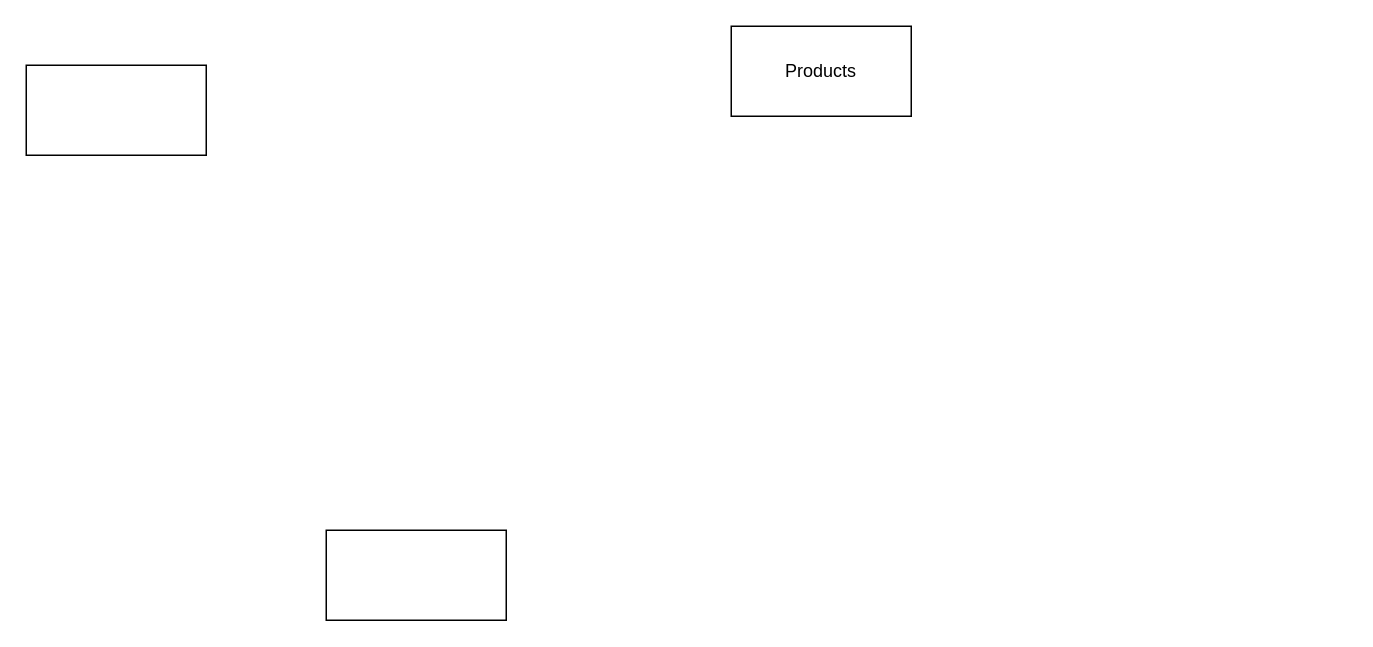
Before: Biểu đồ không có tiêu đề.drawio in ngokhoghat/do-an-tot-nghiep-HOU, a draw.io diagram. Source tidied: cells renumbered, new cells numbered last; positions are measured from the earlier drawing's top-left corner, leaving out a move shared by most shapes. Both pictures are drawn from the tidied source at 150%, with x=0, y=0 at pixel (26, 26).
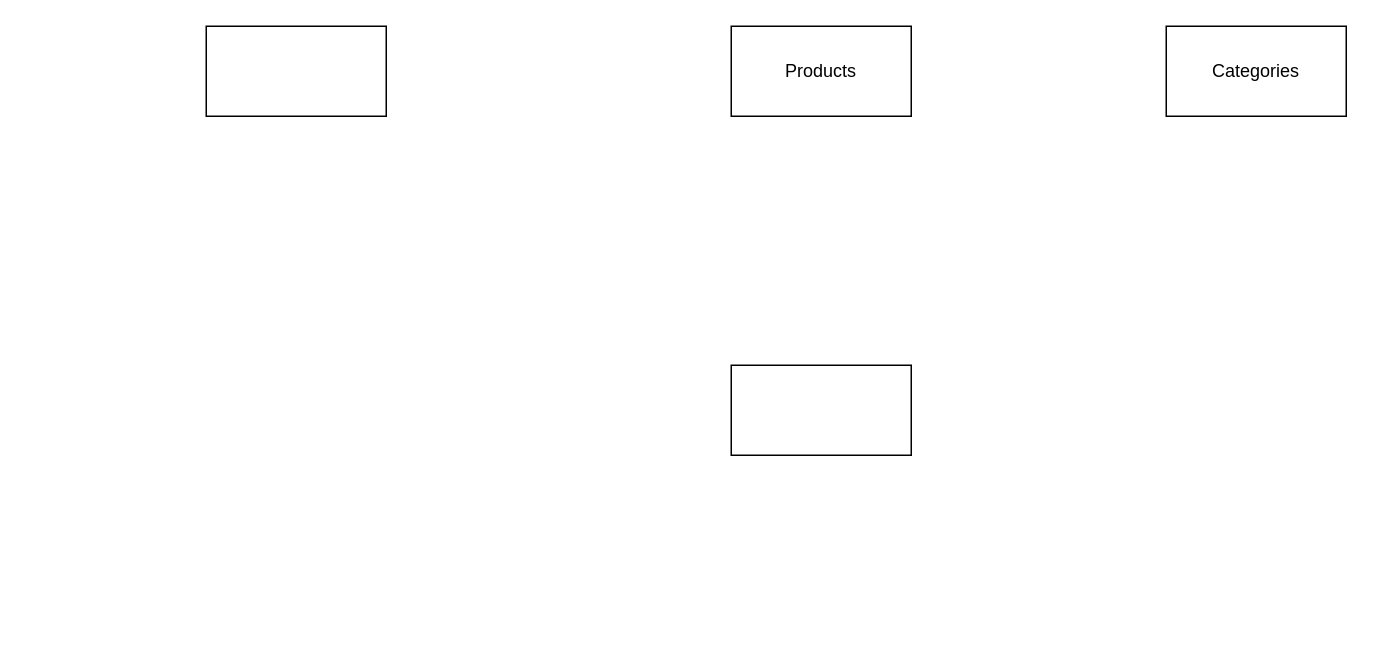
Above is the later version.

Commit message (it also covers changes not shown here):
Cập nhật Biểu đồ không có tiêu đề.drawio

What changed in the source:
```diff
@@
 <mxGraphModel>
   <root>
     <mxCell id="0" />
     <mxCell id="1" parent="0" />
     <mxCell id="2" value="Products" style="rounded=0;whiteSpace=wrap;html=1;" parent="1" vertex="1">
       <mxGeometry x="470" width="120" height="60" as="geometry" />
     </mxCell>
     <mxCell id="3" style="rounded=0;whiteSpace=wrap;html=1;" parent="1" vertex="1">
-      <mxGeometry x="200" y="336" width="120" height="60" as="geometry" />
+      <mxGeometry x="470" y="226" width="120" height="60" as="geometry" />
     </mxCell>
     <mxCell id="4" style="rounded=0;whiteSpace=wrap;html=1;" parent="1" vertex="1">
-      <mxGeometry y="26" width="120" height="60" as="geometry" />
+      <mxGeometry x="120" width="120" height="60" as="geometry" />
     </mxCell>
+    <mxCell id="5" value="Categories" style="rounded=0;whiteSpace=wrap;html=1;" parent="1" vertex="1">
+      <mxGeometry x="760" width="120" height="60" as="geometry" />
+    </mxCell>
   </root>
 </mxGraphModel>
```
